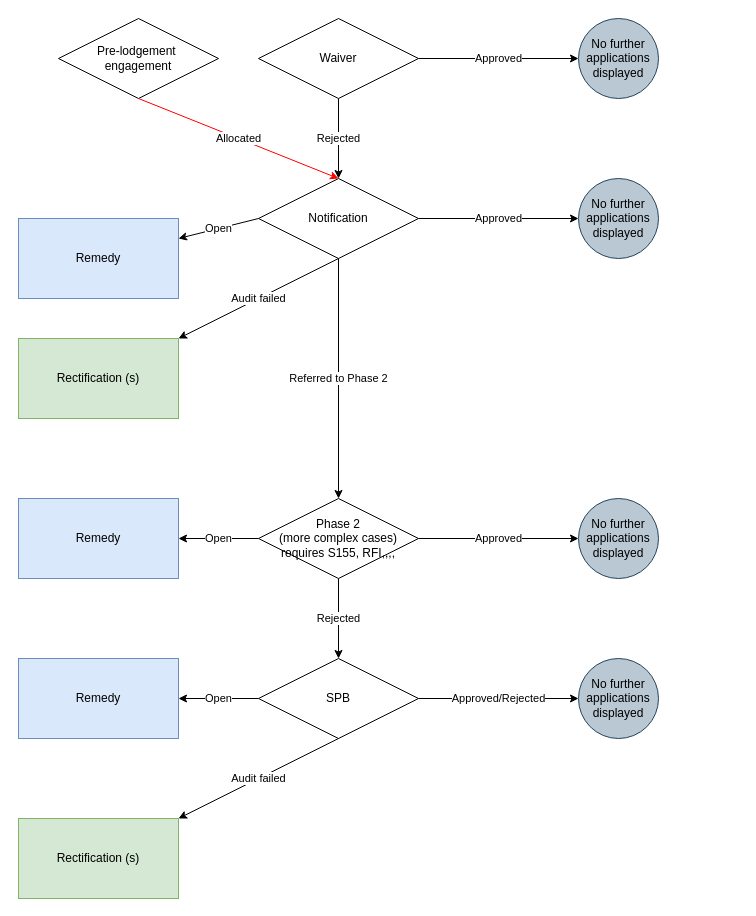
danieldotskc/helloworld keeps this draw.io diagram as page "Form flow" (4 of 9) of Merger.drawio. Above is the earlier version. Source tidied: cells renumbered, new cells numbered last; positions are measured from the earlier drawing's top-left corner, leaving out a move shared by most shapes. Both pictures are drawn from the tidied source at 100%, with x=0, y=0 at pixel (18, 18).
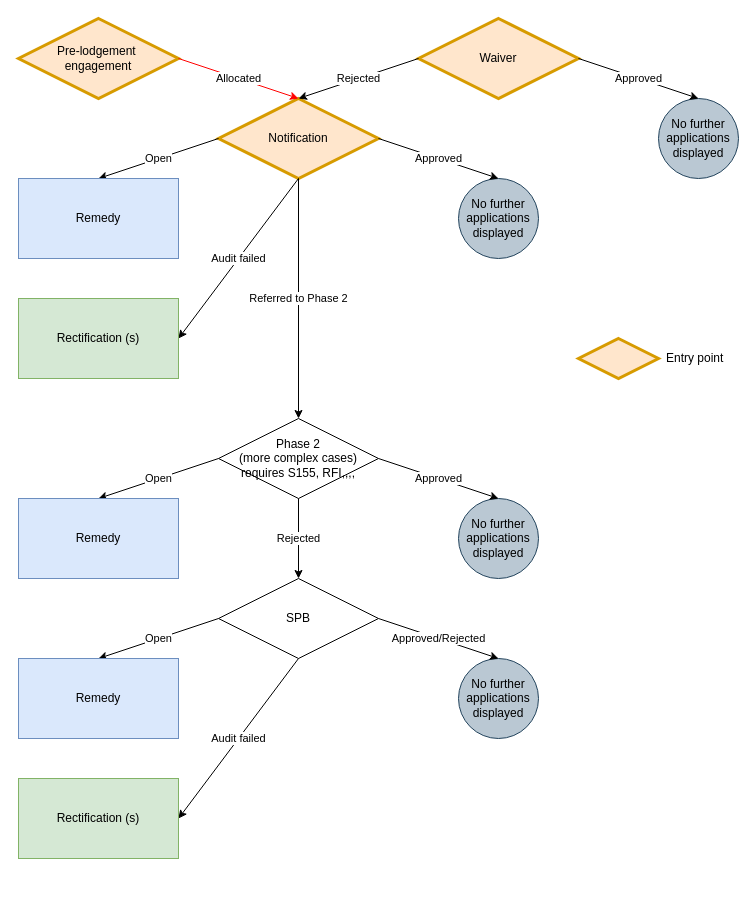
Above is the later version.

The change refers to these unchanged cells:
```xml
<mxCell id="25" value="Remedy" style="rounded=0;whiteSpace=wrap;html=1;fillColor=#dae8fc;strokeColor=#6c8ebf;" parent="1" vertex="1">
  <mxGeometry y="480" width="160" height="80" as="geometry" />
</mxCell>
<mxCell id="26" value="Remedy" style="rounded=0;whiteSpace=wrap;html=1;fillColor=#dae8fc;strokeColor=#6c8ebf;" parent="1" vertex="1">
  <mxGeometry y="640" width="160" height="80" as="geometry" />
</mxCell>
```

Diff of the diagram source:
```diff
@@
-    <mxCell id="2" value="Notification" style="rhombus;whiteSpace=wrap;html=1;" parent="1" vertex="1">
-      <mxGeometry x="240" y="160" width="160" height="80" as="geometry" />
+    <mxCell id="2" value="Notification" style="rhombus;whiteSpace=wrap;html=1;strokeWidth=3;fillColor=#ffe6cc;strokeColor=#d79b00;" parent="1" vertex="1">
+      <mxGeometry x="200" y="80" width="160" height="80" as="geometry" />
     </mxCell>
-    <mxCell id="3" value="Waiver" style="rhombus;whiteSpace=wrap;html=1;" parent="1" vertex="1">
-      <mxGeometry x="240" width="160" height="80" as="geometry" />
+    <mxCell id="3" value="Waiver" style="rhombus;whiteSpace=wrap;html=1;strokeWidth=3;fillColor=#ffe6cc;strokeColor=#d79b00;" parent="1" vertex="1">
+      <mxGeometry x="400" width="160" height="80" as="geometry" />
     </mxCell>
-    <mxCell id="4" value="Rejected" style="endArrow=classic;html=1;rounded=0;exitX=0.5;exitY=1;exitDx=0;exitDy=0;entryX=0.5;entryY=0;entryDx=0;entryDy=0;" parent="1" edge="1" source="3" target="2">
+    <mxCell id="4" value="Rejected" style="endArrow=classic;html=1;rounded=0;exitX=0;exitY=0.5;exitDx=0;exitDy=0;entryX=0.5;entryY=0;entryDx=0;entryDy=0;" parent="1" edge="1" source="3" target="2">
       <mxGeometry relative="1" as="geometry" />
     </mxCell>
     <mxCell id="5" value="No further applications displayed" style="ellipse;whiteSpace=wrap;html=1;fillColor=#bac8d3;strokeColor=#23445d;" parent="1" vertex="1">
-      <mxGeometry x="560" width="80" height="80" as="geometry" />
+      <mxGeometry x="640" y="80" width="80" height="80" as="geometry" />
     </mxCell>
-    <mxCell id="6" value="Approved" style="endArrow=classic;html=1;rounded=0;exitX=1;exitY=0.5;exitDx=0;exitDy=0;entryX=0;entryY=0.5;entryDx=0;entryDy=0;" parent="1" edge="1" source="3" target="5">
+    <mxCell id="6" value="Approved" style="endArrow=classic;html=1;rounded=0;exitX=1;exitY=0.5;exitDx=0;exitDy=0;entryX=0.5;entryY=0;entryDx=0;entryDy=0;" parent="1" edge="1" source="3" target="5">
       <mxGeometry relative="1" as="geometry" />
     </mxCell>
-    <mxCell id="7" value="Pre-lodgement&amp;nbsp;&lt;div&gt;engagement&lt;/div&gt;" style="rhombus;whiteSpace=wrap;html=1;" parent="1" vertex="1">
-      <mxGeometry x="40" width="160" height="80" as="geometry" />
+    <mxCell id="7" value="Pre-lodgement&amp;nbsp;&lt;div&gt;engagement&lt;/div&gt;" style="rhombus;whiteSpace=wrap;html=1;strokeWidth=3;fillColor=#ffe6cc;strokeColor=#d79b00;" parent="1" vertex="1">
+      <mxGeometry width="160" height="80" as="geometry" />
     </mxCell>
-    <mxCell id="8" value="Allocated" style="endArrow=classic;html=1;rounded=0;exitX=0.5;exitY=1;exitDx=0;exitDy=0;entryX=0.5;entryY=0;entryDx=0;entryDy=0;strokeColor=#FF0000;" parent="1" edge="1" source="7" target="2">
+    <mxCell id="8" value="Allocated" style="endArrow=classic;html=1;rounded=0;exitX=1;exitY=0.5;exitDx=0;exitDy=0;entryX=0.5;entryY=0;entryDx=0;entryDy=0;strokeColor=#FF0000;" parent="1" edge="1" source="7" target="2">
       <mxGeometry relative="1" as="geometry" />
     </mxCell>
     <mxCell id="9" value="No further applications displayed" style="ellipse;whiteSpace=wrap;html=1;fillColor=#bac8d3;strokeColor=#23445d;" parent="1" vertex="1">
-      <mxGeometry x="560" y="160" width="80" height="80" as="geometry" />
+      <mxGeometry x="440" y="160" width="80" height="80" as="geometry" />
     </mxCell>
-    <mxCell id="10" value="Approved" style="endArrow=classic;html=1;rounded=0;exitX=1;exitY=0.5;exitDx=0;exitDy=0;entryX=0;entryY=0.5;entryDx=0;entryDy=0;" parent="1" edge="1" source="2" target="9">
+    <mxCell id="10" value="Approved" style="endArrow=classic;html=1;rounded=0;exitX=1;exitY=0.5;exitDx=0;exitDy=0;entryX=0.5;entryY=0;entryDx=0;entryDy=0;" parent="1" edge="1" source="2" target="9">
       <mxGeometry relative="1" as="geometry" />
     </mxCell>
-    <mxCell id="11" value="Open" style="endArrow=classic;html=1;rounded=0;exitX=0;exitY=0.5;exitDx=0;exitDy=0;" parent="1" edge="1" source="2" target="24">
+    <mxCell id="11" value="Open" style="endArrow=classic;html=1;rounded=0;exitX=0;exitY=0.5;exitDx=0;exitDy=0;entryX=0.5;entryY=0;entryDx=0;entryDy=0;" parent="1" edge="1" source="2" target="24">
       <mxGeometry relative="1" as="geometry" />
     </mxCell>
-    <mxCell id="12" value="Audit failed" style="endArrow=classic;html=1;rounded=0;exitX=0.5;exitY=1;exitDx=0;exitDy=0;" parent="1" edge="1" source="2" target="27">
+    <mxCell id="12" value="Audit failed" style="endArrow=classic;html=1;rounded=0;exitX=0.5;exitY=1;exitDx=0;exitDy=0;entryX=1;entryY=0.5;entryDx=0;entryDy=0;" parent="1" edge="1" source="2" target="27">
       <mxGeometry relative="1" as="geometry" />
     </mxCell>
     <mxCell id="13" value="Phase 2&lt;div&gt;(more complex cases)&lt;/div&gt;&lt;div&gt;requires S155, RFI,,,,&lt;/div&gt;" style="rhombus;whiteSpace=wrap;html=1;" parent="1" vertex="1">
-      <mxGeometry x="240" y="480" width="160" height="80" as="geometry" />
+      <mxGeometry x="200" y="400" width="160" height="80" as="geometry" />
     </mxCell>
@@
     <mxCell id="15" value="No further applications displayed" style="ellipse;whiteSpace=wrap;html=1;fillColor=#bac8d3;strokeColor=#23445d;" parent="1" vertex="1">
-      <mxGeometry x="560" y="480" width="80" height="80" as="geometry" />
+      <mxGeometry x="440" y="480" width="80" height="80" as="geometry" />
     </mxCell>
-    <mxCell id="16" value="Approved" style="endArrow=classic;html=1;rounded=0;exitX=1;exitY=0.5;exitDx=0;exitDy=0;entryX=0;entryY=0.5;entryDx=0;entryDy=0;" parent="1" edge="1" target="15">
-      <mxGeometry relative="1" as="geometry">
-        <mxPoint x="400" y="520" as="sourcePoint" />
-      </mxGeometry>
+    <mxCell id="16" value="Approved" style="endArrow=classic;html=1;rounded=0;exitX=1;exitY=0.5;exitDx=0;exitDy=0;entryX=0.5;entryY=0;entryDx=0;entryDy=0;" parent="1" edge="1" source="13" target="15">
+      <mxGeometry relative="1" as="geometry" />
     </mxCell>
-    <mxCell id="17" value="Open" style="endArrow=classic;html=1;rounded=0;exitX=0;exitY=0.5;exitDx=0;exitDy=0;" parent="1" edge="1" target="25">
-      <mxGeometry relative="1" as="geometry">
-        <mxPoint x="240" y="520" as="sourcePoint" />
-      </mxGeometry>
+    <mxCell id="17" value="Open" style="endArrow=classic;html=1;rounded=0;exitX=0;exitY=0.5;exitDx=0;exitDy=0;entryX=0.5;entryY=0;entryDx=0;entryDy=0;" parent="1" edge="1" source="13" target="25">
+      <mxGeometry relative="1" as="geometry" />
     </mxCell>
     <mxCell id="18" value="SPB" style="rhombus;whiteSpace=wrap;html=1;" parent="1" vertex="1">
-      <mxGeometry x="240" y="640" width="160" height="80" as="geometry" />
+      <mxGeometry x="200" y="560" width="160" height="80" as="geometry" />
     </mxCell>
@@
-    <mxCell id="20" value="Open" style="endArrow=classic;html=1;rounded=0;exitX=0;exitY=0.5;exitDx=0;exitDy=0;" parent="1" edge="1" target="26">
-      <mxGeometry relative="1" as="geometry">
-        <mxPoint x="240" y="680" as="sourcePoint" />
-      </mxGeometry>
+    <mxCell id="20" value="Open" style="endArrow=classic;html=1;rounded=0;exitX=0;exitY=0.5;exitDx=0;exitDy=0;entryX=0.5;entryY=0;entryDx=0;entryDy=0;" parent="1" edge="1" source="18" target="26">
+      <mxGeometry relative="1" as="geometry" />
     </mxCell>
     <mxCell id="21" value="No further applications displayed" style="ellipse;whiteSpace=wrap;html=1;fillColor=#bac8d3;strokeColor=#23445d;" parent="1" vertex="1">
-      <mxGeometry x="560" y="640" width="80" height="80" as="geometry" />
+      <mxGeometry x="440" y="640" width="80" height="80" as="geometry" />
     </mxCell>
-    <mxCell id="22" value="Approved/Rejected" style="endArrow=classic;html=1;rounded=0;exitX=1;exitY=0.5;exitDx=0;exitDy=0;entryX=0;entryY=0.5;entryDx=0;entryDy=0;" parent="1" edge="1" target="21">
-      <mxGeometry relative="1" as="geometry">
-        <mxPoint x="400" y="680" as="sourcePoint" />
-      </mxGeometry>
+    <mxCell id="22" value="Approved/Rejected" style="endArrow=classic;html=1;rounded=0;exitX=1;exitY=0.5;exitDx=0;exitDy=0;entryX=0.5;entryY=0;entryDx=0;entryDy=0;" parent="1" edge="1" source="18" target="21">
+      <mxGeometry relative="1" as="geometry" />
     </mxCell>
-    <mxCell id="23" value="Audit failed" style="endArrow=classic;html=1;rounded=0;exitX=0.5;exitY=1;exitDx=0;exitDy=0;" parent="1" edge="1" source="18" target="28">
+    <mxCell id="23" value="Audit failed" style="endArrow=classic;html=1;rounded=0;exitX=0.5;exitY=1;exitDx=0;exitDy=0;entryX=1;entryY=0.5;entryDx=0;entryDy=0;" parent="1" edge="1" source="18" target="28">
       <mxGeometry relative="1" as="geometry" />
     </mxCell>
     <mxCell id="24" value="Remedy" style="rounded=0;whiteSpace=wrap;html=1;fillColor=#dae8fc;strokeColor=#6c8ebf;" parent="1" vertex="1">
-      <mxGeometry y="200" width="160" height="80" as="geometry" />
+      <mxGeometry y="160" width="160" height="80" as="geometry" />
     </mxCell>
@@
     <mxCell id="27" value="Rectification (s)" style="rounded=0;whiteSpace=wrap;html=1;fillColor=#d5e8d4;strokeColor=#82b366;" parent="1" vertex="1">
-      <mxGeometry y="320" width="160" height="80" as="geometry" />
+      <mxGeometry y="280" width="160" height="80" as="geometry" />
     </mxCell>
     <mxCell id="28" value="Rectification (s)" style="rounded=0;whiteSpace=wrap;html=1;fillColor=#d5e8d4;strokeColor=#82b366;" parent="1" vertex="1">
-      <mxGeometry y="800" width="160" height="80" as="geometry" />
+      <mxGeometry y="760" width="160" height="80" as="geometry" />
     </mxCell>
+    <mxCell id="29" style="rhombus;whiteSpace=wrap;html=1;strokeWidth=3;fillColor=#ffe6cc;strokeColor=#d79b00;" parent="1" vertex="1">
+      <mxGeometry x="560" y="320" width="80" height="40" as="geometry" />
+    </mxCell>
+    <mxCell id="30" value="Entry point" style="text;html=1;align=left;verticalAlign=middle;whiteSpace=wrap;rounded=0;" parent="1" vertex="1">
+      <mxGeometry x="646" y="325" width="70" height="30" as="geometry" />
+    </mxCell>
```
